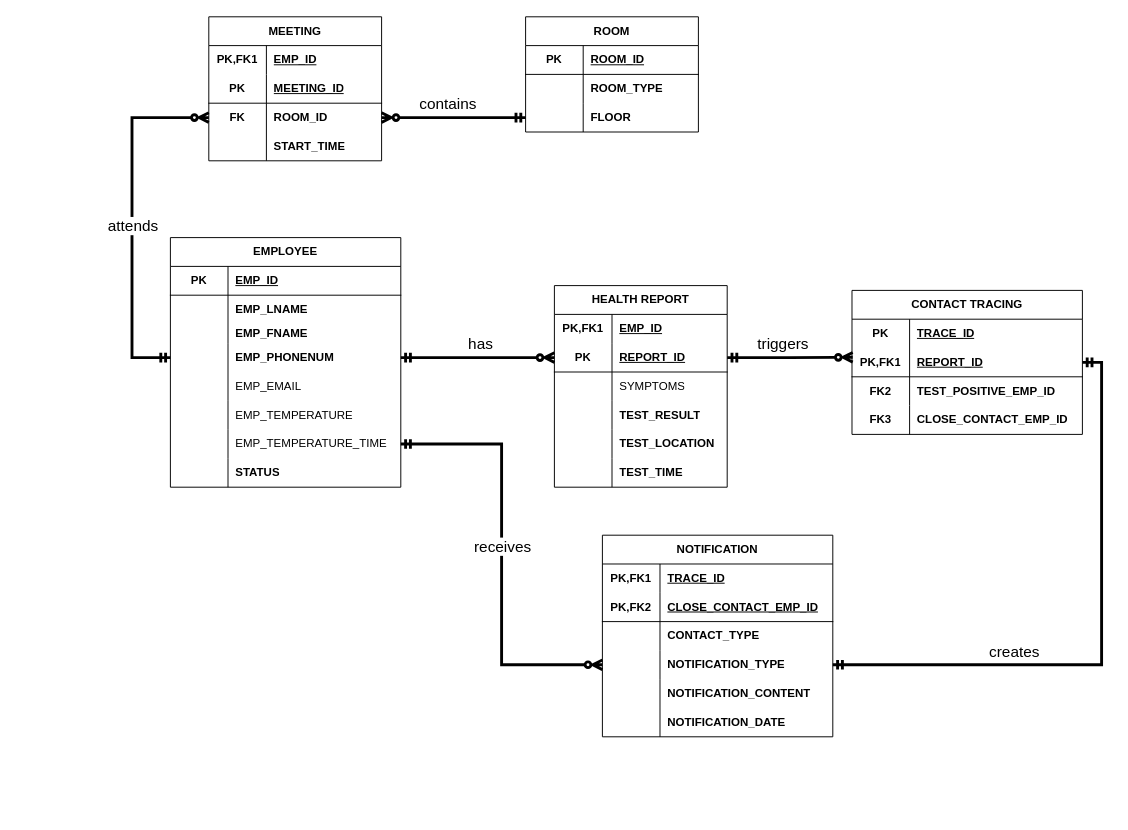
Above: hw1.drawio in Eren-Jeager123/ERD-COVID (draw.io), before the change. Source tidied: cells renumbered, new cells numbered last; positions are measured from the earlier drawing's top-left corner, leaving out a move shared by most shapes. Both pictures are drawn from the tidied source at 96%, with x=0, y=0 at pixel (132, 16).
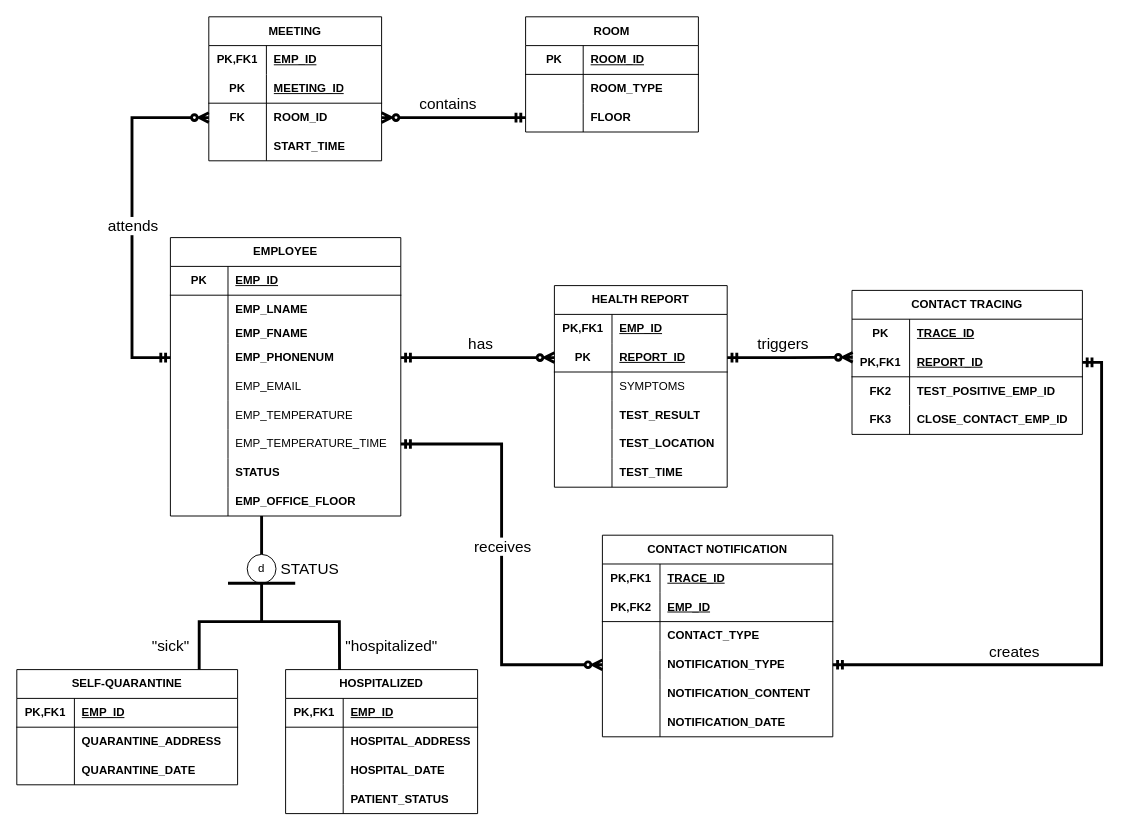
After the change.

Unchanged cells that the change refers to:
```xml
<mxCell id="92" style="shape=tableRow;horizontal=0;startSize=0;swimlaneHead=0;swimlaneBody=0;fillColor=none;top=0;left=0;right=0;bottom=1;html=1;" parent="88" vertex="1">
  <mxGeometry y="60" width="240" height="30" as="geometry" />
</mxCell>
```

Diff of the diagram source:
```diff
@@
     <mxCell id="2" value="EMPLOYEE" style="shape=table;startSize=30;childLayout=tableLayout;rowLines=0;fontStyle=1;align=center;html=1;whiteSpace=wrap;" parent="1" vertex="1">
-      <mxGeometry x="40" y="230" width="240" height="260" as="geometry" />
+      <mxGeometry x="40" y="230" width="240" height="290" as="geometry" />
     </mxCell>
@@
+    <mxCell id="113" style="shape=tableRow;horizontal=0;startSize=0;swimlaneHead=0;swimlaneBody=0;fillColor=none;top=0;left=0;right=0;bottom=0;html=1;" parent="2" vertex="1">
+      <mxGeometry y="260" width="240" height="30" as="geometry" />
+    </mxCell>
+    <mxCell id="114" style="shape=partialRectangle;fillColor=none;top=0;left=0;bottom=0;right=0;overflow=hidden;html=1;whiteSpace=wrap;" parent="113" vertex="1">
+      <mxGeometry width="60" height="30" as="geometry" />
+    </mxCell>
+    <mxCell id="115" value="&lt;b&gt;EMP_OFFICE_FLOOR&lt;/b&gt;" style="shape=partialRectangle;fillColor=none;top=0;left=0;bottom=0;right=0;align=left;spacingLeft=6;overflow=hidden;html=1;whiteSpace=wrap;" parent="113" vertex="1">
+      <mxGeometry x="60" width="180" height="30" as="geometry" />
+    </mxCell>
@@
-    <mxCell id="88" value="NOTIFICATION" style="shape=table;startSize=30;childLayout=tableLayout;rowLines=0;fontStyle=1;align=center;html=1;whiteSpace=wrap;" parent="1" vertex="1">
+    <mxCell id="88" value="CONTACT NOTIFICATION" style="shape=table;startSize=30;childLayout=tableLayout;rowLines=0;fontStyle=1;align=center;html=1;whiteSpace=wrap;" parent="1" vertex="1">
       <mxGeometry x="490" y="540" width="240" height="210" as="geometry" />
     </mxCell>
@@
-    <mxCell id="94" value="CLOSE_CONTACT_EMP_ID" style="shape=partialRectangle;fillColor=none;top=0;left=0;bottom=0;right=0;align=left;spacingLeft=6;fontStyle=5;overflow=hidden;html=1;whiteSpace=wrap;" parent="92" vertex="1">
+    <mxCell id="94" value="EMP_ID" style="shape=partialRectangle;fillColor=none;top=0;left=0;bottom=0;right=0;align=left;spacingLeft=6;fontStyle=5;overflow=hidden;html=1;whiteSpace=wrap;" parent="92" vertex="1">
       <mxGeometry x="60" width="180" height="30" as="geometry" />
     </mxCell>
@@
+    <mxCell id="116" style="endArrow=none;html=1;rounded=0;strokeWidth=3;exitX=0.5;exitY=0;exitDx=0;exitDy=0;" parent="1" edge="1" source="117">
+      <mxGeometry relative="1" as="geometry">
+        <mxPoint x="135" y="520" as="targetPoint" />
+      </mxGeometry>
+    </mxCell>
+    <mxCell id="117" value="d" style="ellipse;whiteSpace=wrap;html=1;" parent="1" vertex="1">
+      <mxGeometry x="120" y="560" width="30" height="30" as="geometry" />
+    </mxCell>
+    <mxCell id="118" value="&lt;font style=&quot;font-size: 16px;&quot;&gt;STATUS&lt;/font&gt;" style="text;html=1;align=center;verticalAlign=middle;strokeColor=none;fillColor=none;" parent="1" vertex="1">
+      <mxGeometry x="145" y="560" width="80" height="30" as="geometry" />
+    </mxCell>
+    <mxCell id="119" style="endArrow=none;html=1;rounded=0;strokeWidth=3;" parent="1" edge="1">
+      <mxGeometry relative="1" as="geometry">
+        <mxPoint x="100" y="590" as="sourcePoint" />
+        <mxPoint x="170" y="590" as="targetPoint" />
+      </mxGeometry>
+    </mxCell>
+    <mxCell id="120" value="HOSPITALIZED" style="shape=table;startSize=30;childLayout=tableLayout;rowLines=0;fontStyle=1;align=center;html=1;whiteSpace=wrap;" parent="1" vertex="1">
+      <mxGeometry x="160" y="680" width="200" height="150" as="geometry" />
+    </mxCell>
+    <mxCell id="121" style="shape=tableRow;horizontal=0;startSize=0;swimlaneHead=0;swimlaneBody=0;fillColor=none;top=0;left=0;right=0;bottom=1;html=1;" parent="120" vertex="1">
+      <mxGeometry y="30" width="200" height="30" as="geometry" />
+    </mxCell>
+    <mxCell id="122" value="PK,FK1" style="shape=partialRectangle;fillColor=none;top=0;left=0;bottom=0;right=0;fontStyle=1;overflow=hidden;html=1;whiteSpace=wrap;" parent="121" vertex="1">
+      <mxGeometry width="60" height="30" as="geometry" />
+    </mxCell>
+    <mxCell id="123" value="EMP_ID" style="shape=partialRectangle;fillColor=none;top=0;left=0;bottom=0;right=0;align=left;spacingLeft=6;fontStyle=5;overflow=hidden;html=1;whiteSpace=wrap;" parent="121" vertex="1">
+      <mxGeometry x="60" width="140" height="30" as="geometry" />
+    </mxCell>
+    <mxCell id="124" style="shape=tableRow;horizontal=0;startSize=0;swimlaneHead=0;swimlaneBody=0;fillColor=none;top=0;left=0;right=0;bottom=0;html=1;" parent="120" vertex="1">
+      <mxGeometry y="60" width="200" height="30" as="geometry" />
+    </mxCell>
+    <mxCell id="125" style="shape=partialRectangle;fillColor=none;top=0;left=0;bottom=0;right=0;overflow=hidden;html=1;whiteSpace=wrap;" parent="124" vertex="1">
+      <mxGeometry width="60" height="30" as="geometry" />
+    </mxCell>
+    <mxCell id="126" value="&lt;b&gt;HOSPITAL_ADDRESS&lt;/b&gt;" style="shape=partialRectangle;fillColor=none;top=0;left=0;bottom=0;right=0;align=left;spacingLeft=6;overflow=hidden;html=1;whiteSpace=wrap;" parent="124" vertex="1">
+      <mxGeometry x="60" width="140" height="30" as="geometry" />
+    </mxCell>
+    <mxCell id="127" style="shape=tableRow;horizontal=0;startSize=0;swimlaneHead=0;swimlaneBody=0;fillColor=none;top=0;left=0;right=0;bottom=0;html=1;" parent="120" vertex="1">
+      <mxGeometry y="90" width="200" height="30" as="geometry" />
+    </mxCell>
+    <mxCell id="128" style="shape=partialRectangle;fillColor=none;top=0;left=0;bottom=0;right=0;overflow=hidden;html=1;whiteSpace=wrap;" parent="127" vertex="1">
+      <mxGeometry width="60" height="30" as="geometry" />
+    </mxCell>
+    <mxCell id="129" value="&lt;b&gt;HOSPITAL_DATE&lt;/b&gt;" style="shape=partialRectangle;fillColor=none;top=0;left=0;bottom=0;right=0;align=left;spacingLeft=6;overflow=hidden;html=1;whiteSpace=wrap;" parent="127" vertex="1">
+      <mxGeometry x="60" width="140" height="30" as="geometry" />
+    </mxCell>
+    <mxCell id="130" style="shape=tableRow;horizontal=0;startSize=0;swimlaneHead=0;swimlaneBody=0;fillColor=none;top=0;left=0;right=0;bottom=0;html=1;" parent="120" vertex="1">
+      <mxGeometry y="120" width="200" height="30" as="geometry" />
+    </mxCell>
+    <mxCell id="131" style="shape=partialRectangle;fillColor=none;top=0;left=0;bottom=0;right=0;overflow=hidden;html=1;whiteSpace=wrap;" parent="130" vertex="1">
+      <mxGeometry width="60" height="30" as="geometry" />
+    </mxCell>
+    <mxCell id="132" value="&lt;b&gt;PATIENT_STATUS&lt;/b&gt;" style="shape=partialRectangle;fillColor=none;top=0;left=0;bottom=0;right=0;align=left;spacingLeft=6;overflow=hidden;html=1;whiteSpace=wrap;" parent="130" vertex="1">
+      <mxGeometry x="60" width="140" height="30" as="geometry" />
+    </mxCell>
+    <mxCell id="133" value="SELF-QUARANTINE" style="shape=table;startSize=30;childLayout=tableLayout;rowLines=0;fontStyle=1;align=center;html=1;whiteSpace=wrap;" parent="1" vertex="1">
+      <mxGeometry x="-120" y="680" width="230" height="120" as="geometry" />
+    </mxCell>
+    <mxCell id="134" style="shape=tableRow;horizontal=0;startSize=0;swimlaneHead=0;swimlaneBody=0;fillColor=none;top=0;left=0;right=0;bottom=1;html=1;" parent="133" vertex="1">
+      <mxGeometry y="30" width="230" height="30" as="geometry" />
+    </mxCell>
+    <mxCell id="135" value="PK,FK1" style="shape=partialRectangle;fillColor=none;top=0;left=0;bottom=0;right=0;fontStyle=1;overflow=hidden;html=1;whiteSpace=wrap;" parent="134" vertex="1">
+      <mxGeometry width="60" height="30" as="geometry" />
+    </mxCell>
+    <mxCell id="136" value="EMP_ID" style="shape=partialRectangle;fillColor=none;top=0;left=0;bottom=0;right=0;align=left;spacingLeft=6;fontStyle=5;overflow=hidden;html=1;whiteSpace=wrap;" parent="134" vertex="1">
+      <mxGeometry x="60" width="170" height="30" as="geometry" />
+    </mxCell>
+    <mxCell id="137" style="shape=tableRow;horizontal=0;startSize=0;swimlaneHead=0;swimlaneBody=0;fillColor=none;top=0;left=0;right=0;bottom=0;html=1;" parent="133" vertex="1">
+      <mxGeometry y="60" width="230" height="30" as="geometry" />
+    </mxCell>
+    <mxCell id="138" style="shape=partialRectangle;fillColor=none;top=0;left=0;bottom=0;right=0;overflow=hidden;html=1;whiteSpace=wrap;" parent="137" vertex="1">
+      <mxGeometry width="60" height="30" as="geometry" />
+    </mxCell>
+    <mxCell id="139" value="&lt;b&gt;QUARANTINE_ADDRESS&lt;/b&gt;" style="shape=partialRectangle;fillColor=none;top=0;left=0;bottom=0;right=0;align=left;spacingLeft=6;overflow=hidden;html=1;whiteSpace=wrap;" parent="137" vertex="1">
+      <mxGeometry x="60" width="170" height="30" as="geometry" />
+    </mxCell>
+    <mxCell id="140" style="shape=tableRow;horizontal=0;startSize=0;swimlaneHead=0;swimlaneBody=0;fillColor=none;top=0;left=0;right=0;bottom=0;html=1;" parent="133" vertex="1">
+      <mxGeometry y="90" width="230" height="30" as="geometry" />
+    </mxCell>
+    <mxCell id="141" style="shape=partialRectangle;fillColor=none;top=0;left=0;bottom=0;right=0;overflow=hidden;html=1;whiteSpace=wrap;" parent="140" vertex="1">
+      <mxGeometry width="60" height="30" as="geometry" />
+    </mxCell>
+    <mxCell id="142" value="&lt;b&gt;QUARANTINE_DATE&lt;/b&gt;" style="shape=partialRectangle;fillColor=none;top=0;left=0;bottom=0;right=0;align=left;spacingLeft=6;overflow=hidden;html=1;whiteSpace=wrap;" parent="140" vertex="1">
+      <mxGeometry x="60" width="170" height="30" as="geometry" />
+    </mxCell>
+    <mxCell id="143" style="endArrow=none;html=1;rounded=0;strokeWidth=3;" parent="1" edge="1">
+      <mxGeometry relative="1" as="geometry">
+        <mxPoint x="70" y="680" as="sourcePoint" />
+        <mxPoint x="135" y="590" as="targetPoint" />
+        <Array as="points">
+          <mxPoint x="70" y="630" />
+          <mxPoint x="135" y="630" />
+        </Array>
+      </mxGeometry>
+    </mxCell>
+    <mxCell id="144" style="endArrow=none;html=1;rounded=0;entryX=0.281;entryY=0.003;entryDx=0;entryDy=0;entryPerimeter=0;strokeWidth=3;" parent="1" edge="1" target="120">
+      <mxGeometry relative="1" as="geometry">
+        <mxPoint x="135" y="630" as="sourcePoint" />
+        <Array as="points">
+          <mxPoint x="170" y="630" />
+          <mxPoint x="216" y="630" />
+        </Array>
+      </mxGeometry>
+    </mxCell>
+    <mxCell id="145" value="&lt;font style=&quot;font-size: 16px;&quot;&gt;&quot;sick&quot;&lt;/font&gt;" style="text;html=1;align=center;verticalAlign=middle;strokeColor=none;fillColor=none;" parent="1" vertex="1">
+      <mxGeometry x="10" y="640" width="60" height="30" as="geometry" />
+    </mxCell>
+    <mxCell id="146" value="&lt;font style=&quot;font-size: 16px;&quot;&gt;&quot;hospitalized&quot;&lt;/font&gt;" style="text;html=1;align=center;verticalAlign=middle;strokeColor=none;fillColor=none;" parent="1" vertex="1">
+      <mxGeometry x="210" y="640" width="120" height="30" as="geometry" />
+    </mxCell>
```
